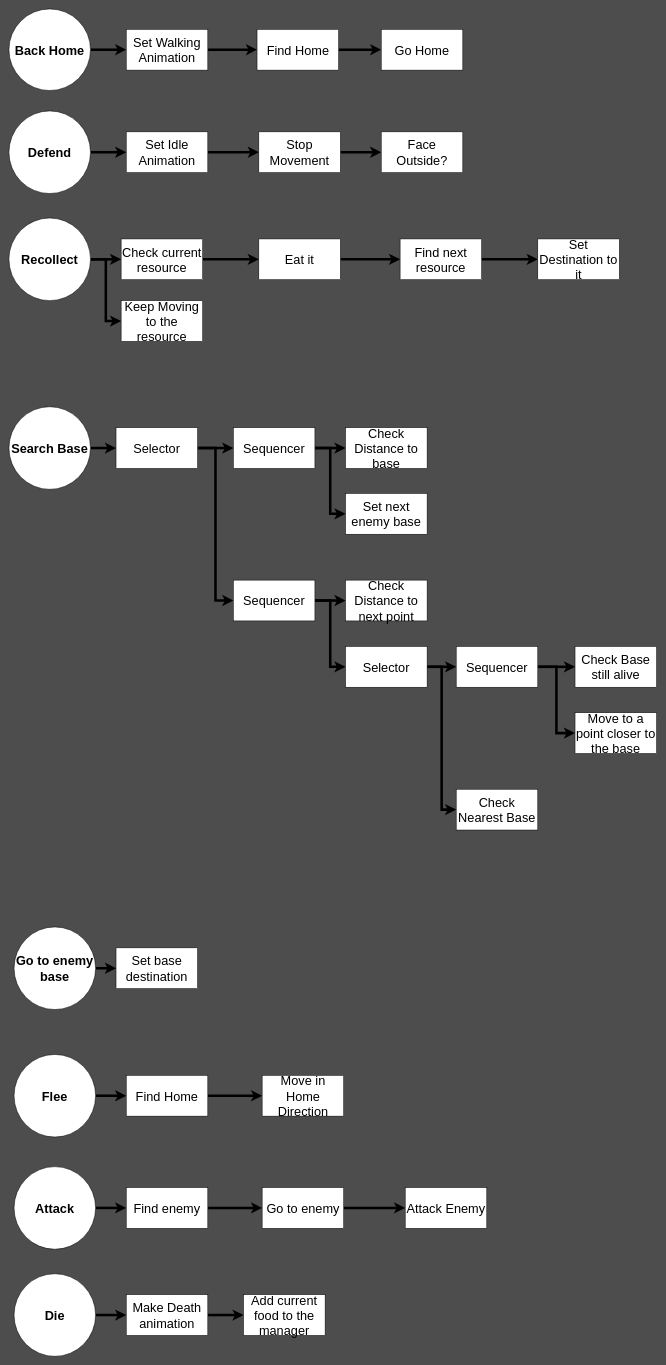
The draw.io diagram page "Actions" (3 of 5) of Design/Ant.drawio in arturo101199/GardenBattle, before the edit. Source tidied: cells renumbered, new cells numbered last; positions are measured from the earlier drawing's top-left corner, leaving out a move shared by most shapes. Both pictures are drawn from the tidied source at 51%, with x=0, y=0 at pixel (9, 9).
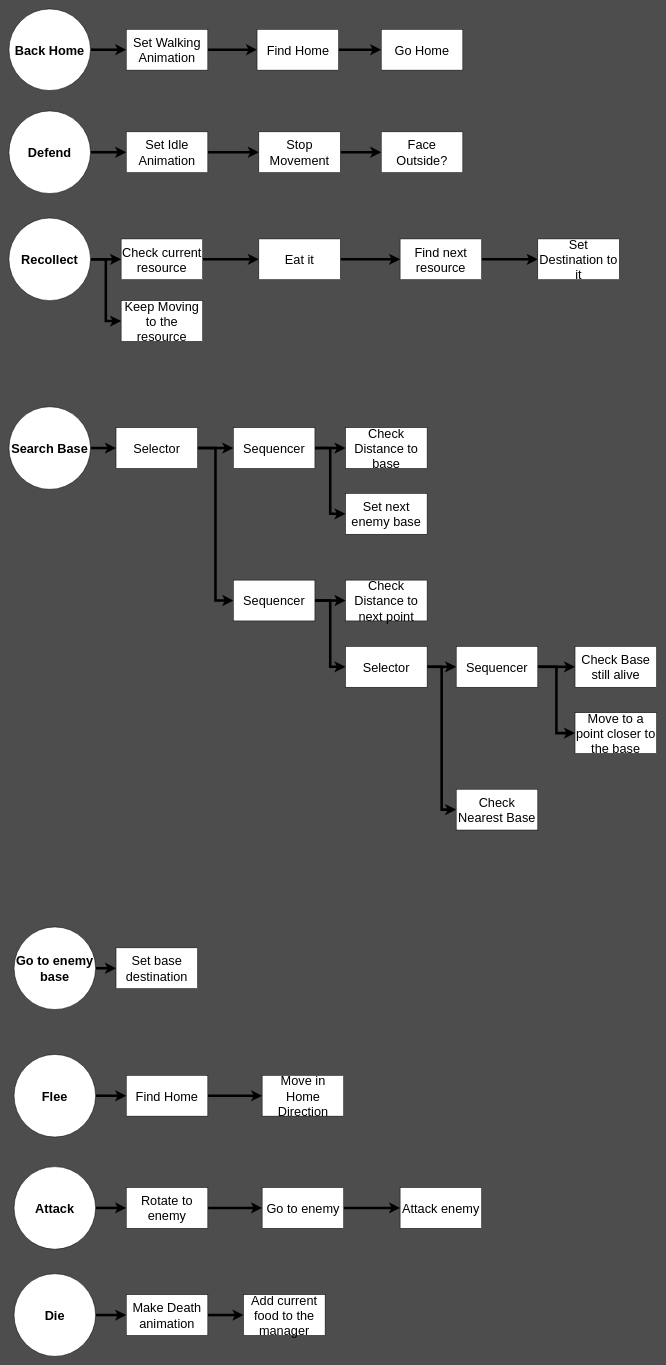
Above is the later version.

Unchanged cells that the change refers to:
```xml
<mxCell id="40" value="&lt;font style=&quot;font-size: 25px&quot;&gt;Go to enemy&lt;/font&gt;" style="rounded=0;whiteSpace=wrap;html=1;" parent="1" vertex="1">
  <mxGeometry x="496.5" y="2311" width="160" height="80" as="geometry" />
</mxCell>
```

Diff of the diagram source:
```diff
@@
-    <mxCell id="38" value="&lt;font style=&quot;font-size: 25px&quot;&gt;Find enemy&lt;/font&gt;" style="rounded=0;whiteSpace=wrap;html=1;" parent="1" vertex="1">
+    <mxCell id="38" value="&lt;font style=&quot;font-size: 25px&quot;&gt;Rotate to enemy&lt;/font&gt;" style="rounded=0;whiteSpace=wrap;html=1;" parent="1" vertex="1">
       <mxGeometry x="230" y="2311" width="160" height="80" as="geometry" />
     </mxCell>
-    <mxCell id="39" style="edgeStyle=orthogonalEdgeStyle;rounded=0;jettySize=auto;html=1;exitX=1;exitY=0.5;exitDx=0;exitDy=0;strokeWidth=5;" parent="1" edge="1" source="40" target="41">
+    <mxCell id="39" style="edgeStyle=orthogonalEdgeStyle;rounded=0;jettySize=auto;html=1;exitX=1;exitY=0.5;exitDx=0;exitDy=0;strokeWidth=5;entryX=0;entryY=0.5;entryDx=0;entryDy=0;" parent="1" edge="1" source="40" target="70">
       <mxGeometry relative="1" as="geometry" />
     </mxCell>
@@
-    <mxCell id="41" value="&lt;font style=&quot;font-size: 25px&quot;&gt;Attack Enemy&lt;/font&gt;" style="rounded=0;whiteSpace=wrap;html=1;" parent="1" vertex="1">
-      <mxGeometry x="777" y="2311" width="160" height="80" as="geometry" />
-    </mxCell>
@@
+    <mxCell id="70" value="&lt;font style=&quot;font-size: 25px&quot;&gt;Attack enemy&lt;/font&gt;" style="rounded=0;whiteSpace=wrap;html=1;" parent="1" vertex="1">
+      <mxGeometry x="767" y="2311" width="160" height="80" as="geometry" />
+    </mxCell>
```
